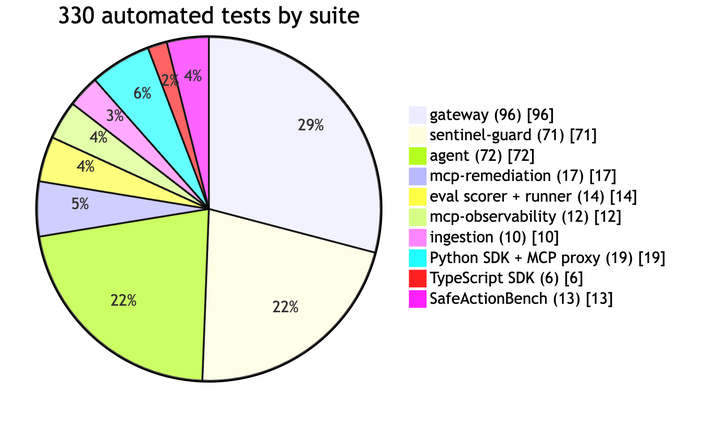
This is docs/handbook/images/14-chart-tests-by-suite.png from abdulmdev/sentinel-incident-copilot, a Mermaid export, as it was before one commit. Its source is kept beside it as docs/handbook/diagrams/14-chart-tests-by-suite.mmd. Its diagram source:
```mermaid
pie showData
  title 330 automated tests by suite
  "gateway (96)" : 96
  "sentinel-guard (71)" : 71
  "agent (72)" : 72
  "mcp-remediation (17)" : 17
  "eval scorer + runner (14)" : 14
  "mcp-observability (12)" : 12
  "ingestion (10)" : 10
  "Python SDK + MCP proxy (19)" : 19
  "TypeScript SDK (6)" : 6
  "SafeActionBench (13)" : 13
```
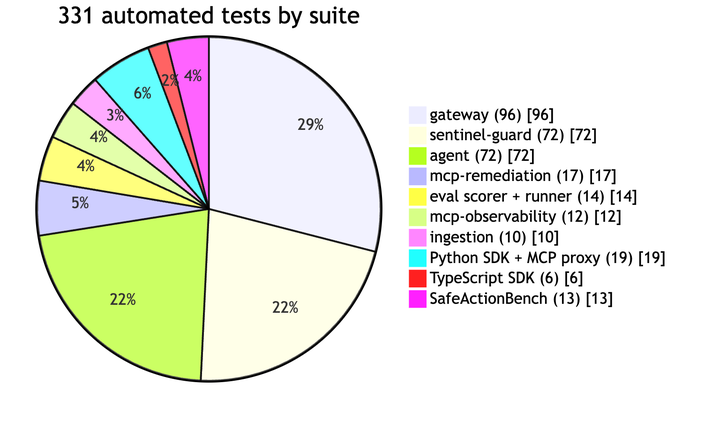
Later version of the same file.

Diff of the diagram source:
```diff
@@ -1,7 +1,7 @@
 pie showData
-  title 330 automated tests by suite
+  title 331 automated tests by suite
   "gateway (96)" : 96
-  "sentinel-guard (71)" : 71
+  "sentinel-guard (72)" : 72
   "agent (72)" : 72
   "mcp-remediation (17)" : 17
   "eval scorer + runner (14)" : 14
```
